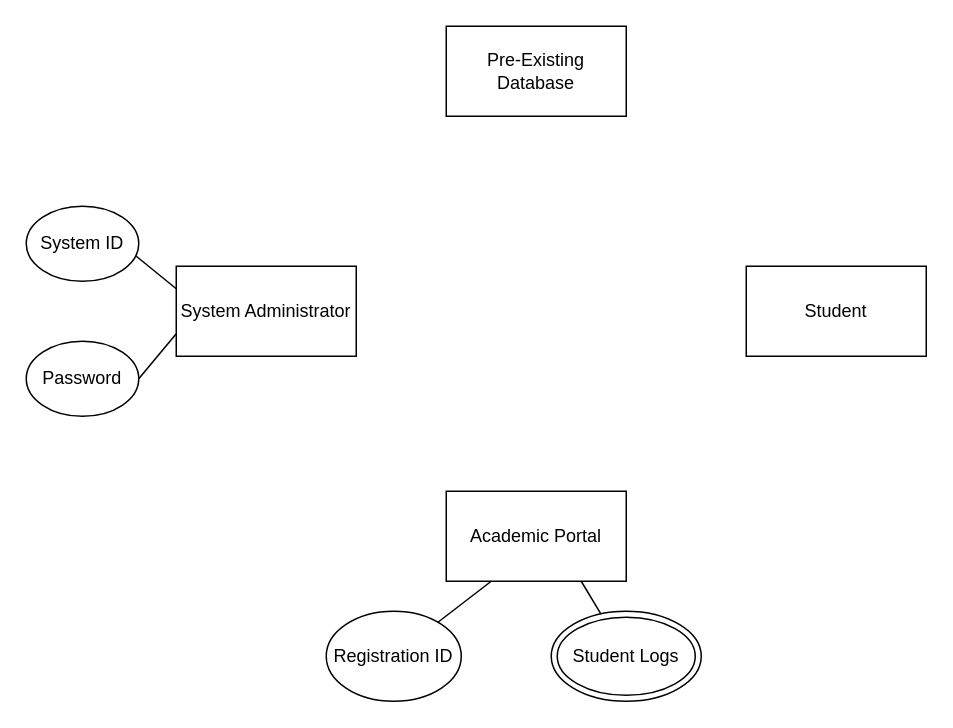
Earlier version of the draw.io diagram ER1.drawio (RitabrataDas343/Draw-ER). Source tidied: cells renumbered, new cells numbered last; positions are measured from the earlier drawing's top-left corner, leaving out a move shared by most shapes. Both pictures are drawn from the tidied source at 150%, with x=0, y=0 at pixel (26, 26).
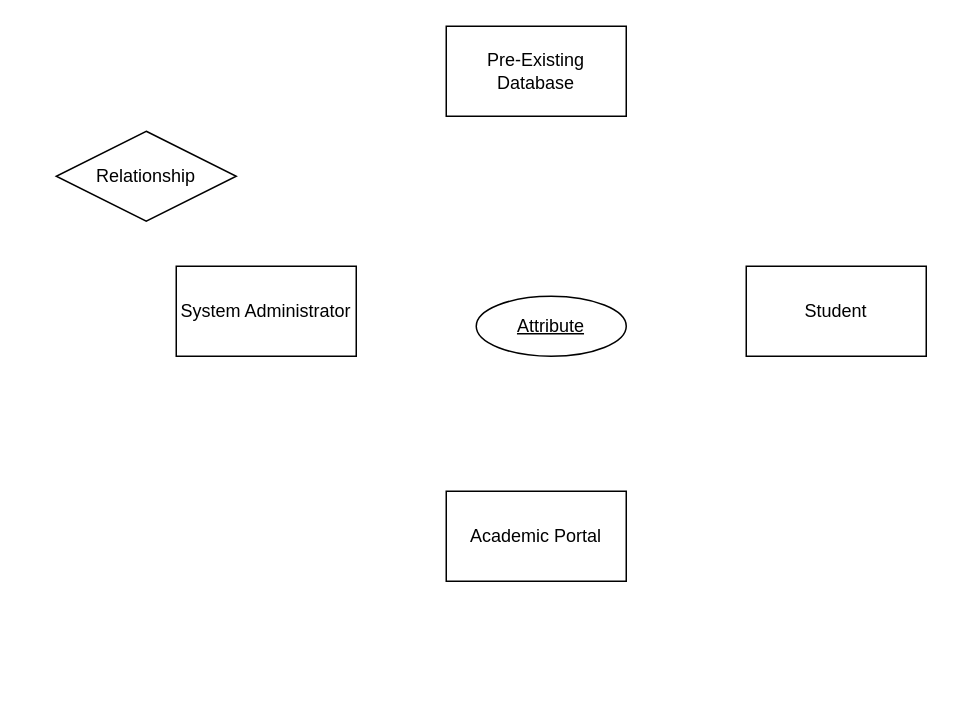
The same page after the edit.

Change to the diagram source:
```diff
@@
 <mxGraphModel>
   <root>
     <mxCell id="0" />
     <mxCell id="1" parent="0" />
     <mxCell id="2" value="&lt;div&gt;Pre-Existing Database&lt;/div&gt;" style="rounded=0;whiteSpace=wrap;html=1;strokeWidth=1;" parent="1" vertex="1">
       <mxGeometry x="280" width="120" height="60" as="geometry" />
     </mxCell>
     <mxCell id="3" value="&lt;div&gt;System Administrator&lt;/div&gt;" style="rounded=0;whiteSpace=wrap;html=1;strokeWidth=1;" parent="1" vertex="1">
       <mxGeometry x="100" y="160" width="120" height="60" as="geometry" />
     </mxCell>
     <mxCell id="4" value="&lt;div&gt;Student&lt;/div&gt;" style="rounded=0;whiteSpace=wrap;html=1;strokeWidth=1;" parent="1" vertex="1">
       <mxGeometry x="480" y="160" width="120" height="60" as="geometry" />
     </mxCell>
     <mxCell id="5" value="&lt;div&gt;Academic Portal&lt;/div&gt;" style="rounded=0;whiteSpace=wrap;html=1;strokeWidth=1;" parent="1" vertex="1">
       <mxGeometry x="280" y="310" width="120" height="60" as="geometry" />
     </mxCell>
-    <mxCell id="6" value="&lt;div&gt;System ID&lt;/div&gt;" style="ellipse;whiteSpace=wrap;html=1;" parent="1" vertex="1">
-      <mxGeometry y="120" width="75" height="50" as="geometry" />
-    </mxCell>
-    <mxCell id="7" value="&lt;div&gt;Password&lt;/div&gt;" style="ellipse;whiteSpace=wrap;html=1;" parent="1" vertex="1">
-      <mxGeometry y="210" width="75" height="50" as="geometry" />
-    </mxCell>
-    <mxCell id="8" style="endArrow=none;html=1;rounded=0;exitX=0.973;exitY=0.66;exitDx=0;exitDy=0;exitPerimeter=0;entryX=0;entryY=0.25;entryDx=0;entryDy=0;" parent="1" edge="1" source="6" target="3">
-      <mxGeometry relative="1" as="geometry" />
-    </mxCell>
-    <mxCell id="9" style="endArrow=none;html=1;rounded=0;entryX=0;entryY=0.75;entryDx=0;entryDy=0;exitX=1;exitY=0.5;exitDx=0;exitDy=0;" parent="1" edge="1" source="7" target="3">
-      <mxGeometry relative="1" as="geometry" />
-    </mxCell>
-    <mxCell id="10" value="&lt;div&gt;Registration ID&lt;/div&gt;" style="ellipse;whiteSpace=wrap;html=1;" parent="1" vertex="1">
-      <mxGeometry x="200" y="390" width="90" height="60" as="geometry" />
-    </mxCell>
-    <mxCell id="11" value="&lt;div&gt;Student Logs&lt;/div&gt;" style="ellipse;shape=doubleEllipse;whiteSpace=wrap;html=1;" parent="1" vertex="1">
-      <mxGeometry x="350" y="390" width="100" height="60" as="geometry" />
-    </mxCell>
-    <mxCell id="12" style="endArrow=none;html=1;rounded=0;exitX=0.25;exitY=1;exitDx=0;exitDy=0;" parent="1" edge="1" source="5" target="10">
-      <mxGeometry relative="1" as="geometry" />
-    </mxCell>
-    <mxCell id="13" style="endArrow=none;html=1;rounded=0;exitX=0.75;exitY=1;exitDx=0;exitDy=0;" parent="1" edge="1" source="5" target="11">
-      <mxGeometry relative="1" as="geometry" />
-    </mxCell>
+    <mxCell id="14" value="Attribute" style="ellipse;whiteSpace=wrap;html=1;align=center;fontStyle=4;" parent="1" vertex="1">
+      <mxGeometry x="300" y="180" width="100" height="40" as="geometry" />
+    </mxCell>
+    <mxCell id="15" value="Relationship" style="shape=rhombus;perimeter=rhombusPerimeter;whiteSpace=wrap;html=1;align=center;" parent="1" vertex="1">
+      <mxGeometry x="20" y="70" width="120" height="60" as="geometry" />
+    </mxCell>
   </root>
 </mxGraphModel>
```
